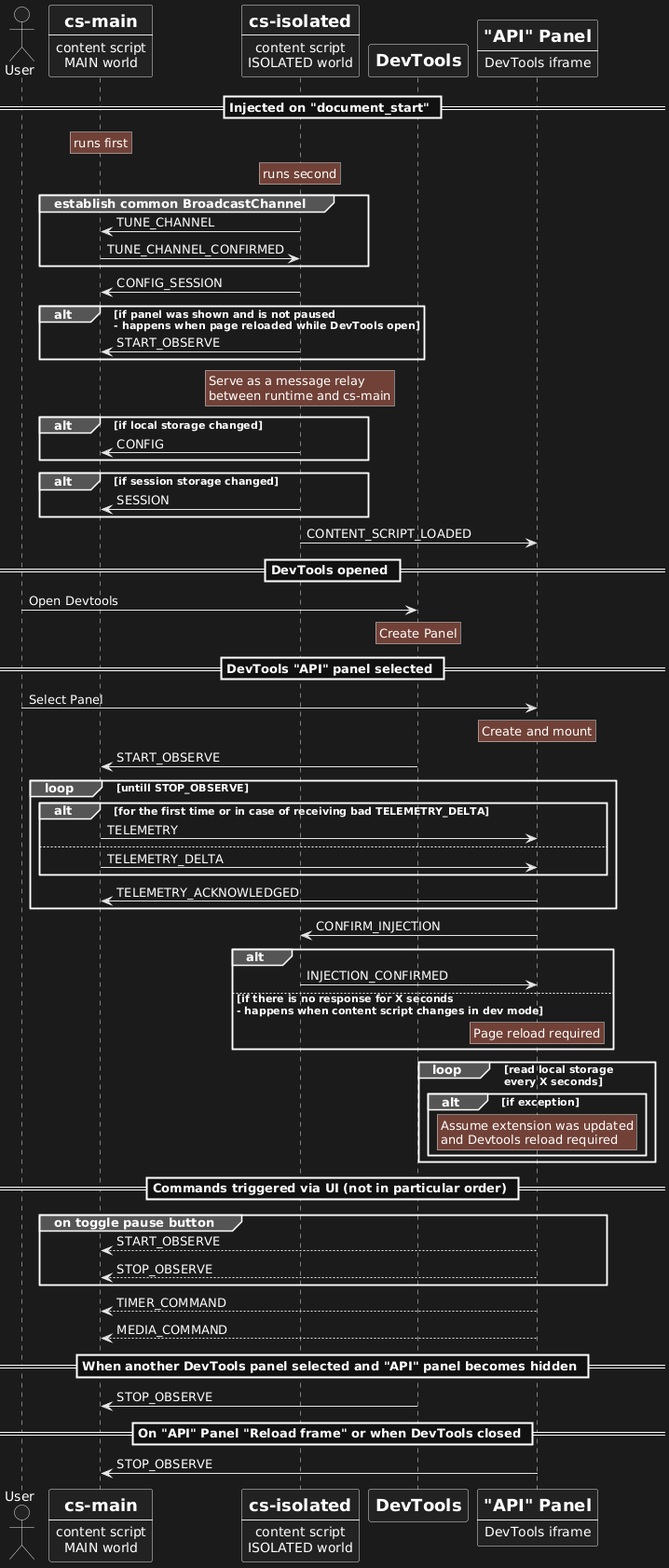
This is doc/communication.diagram.png from zendive/browser-api-monitor, a PlantUML export, as it was before one commit.
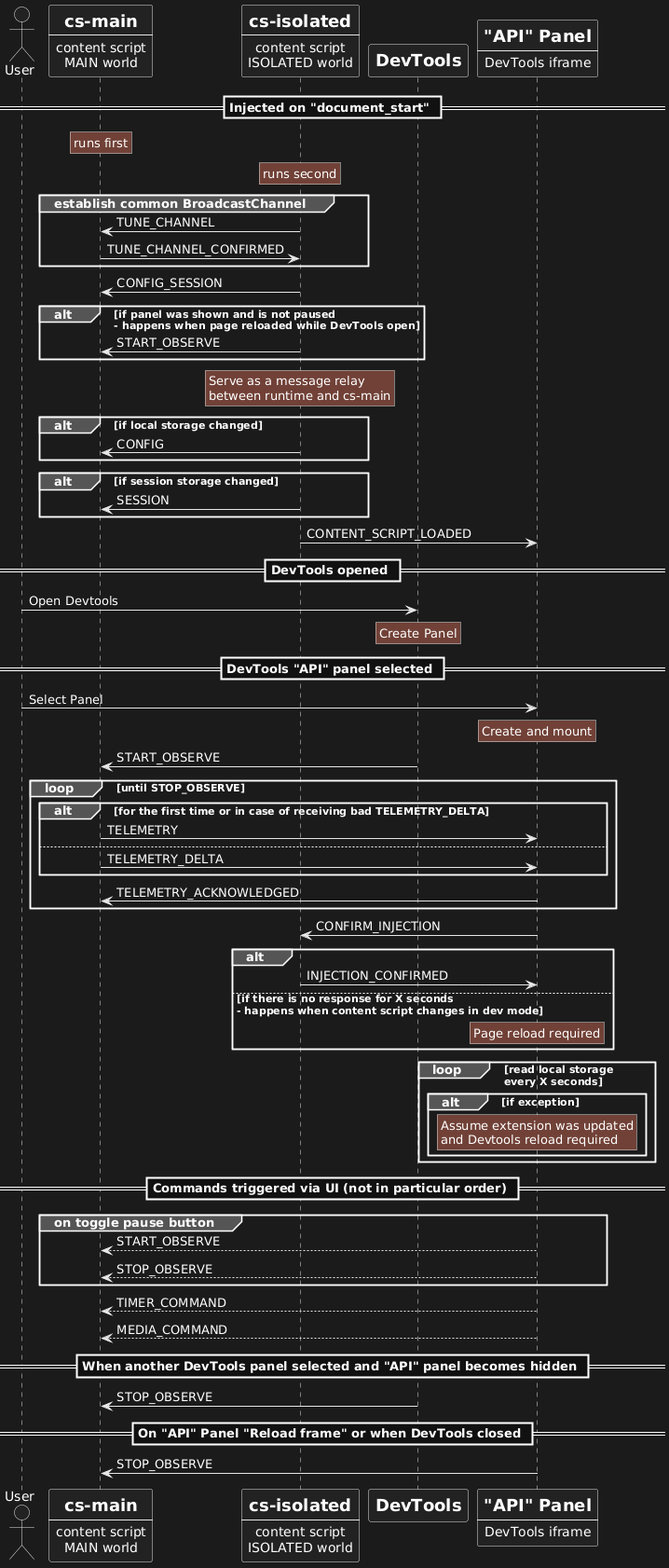
After the change.

The edit, as a diff of the source:
```diff
@@ -49,7 +49,7 @@
 User -> Panel: Select Panel
 rnote over Panel: Create and mount
 Devtools -> csMain: START_OBSERVE
-loop untill STOP_OBSERVE
+loop until STOP_OBSERVE
   alt for the first time or in case of receiving bad TELEMETRY_DELTA
     csMain -> Panel: TELEMETRY
   else
```
